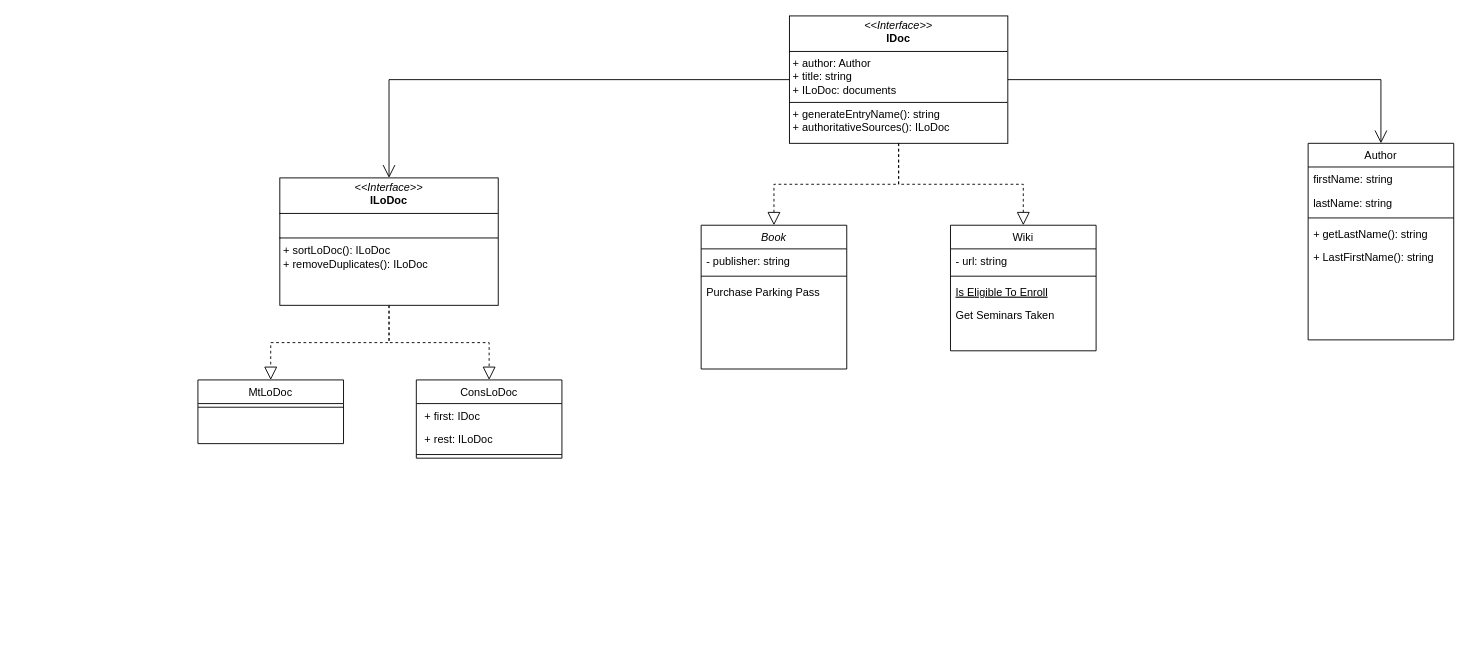
sauerBT/PersonalRepo keeps this draw.io diagram as CS2510_Problem_8.drawio. Above is the earlier version. Source tidied: cells renumbered, new cells numbered last; positions are measured from the earlier drawing's top-left corner, leaving out a move shared by most shapes. Both pictures are drawn from the tidied source at 91%, with x=0, y=0 at pixel (197, 15).
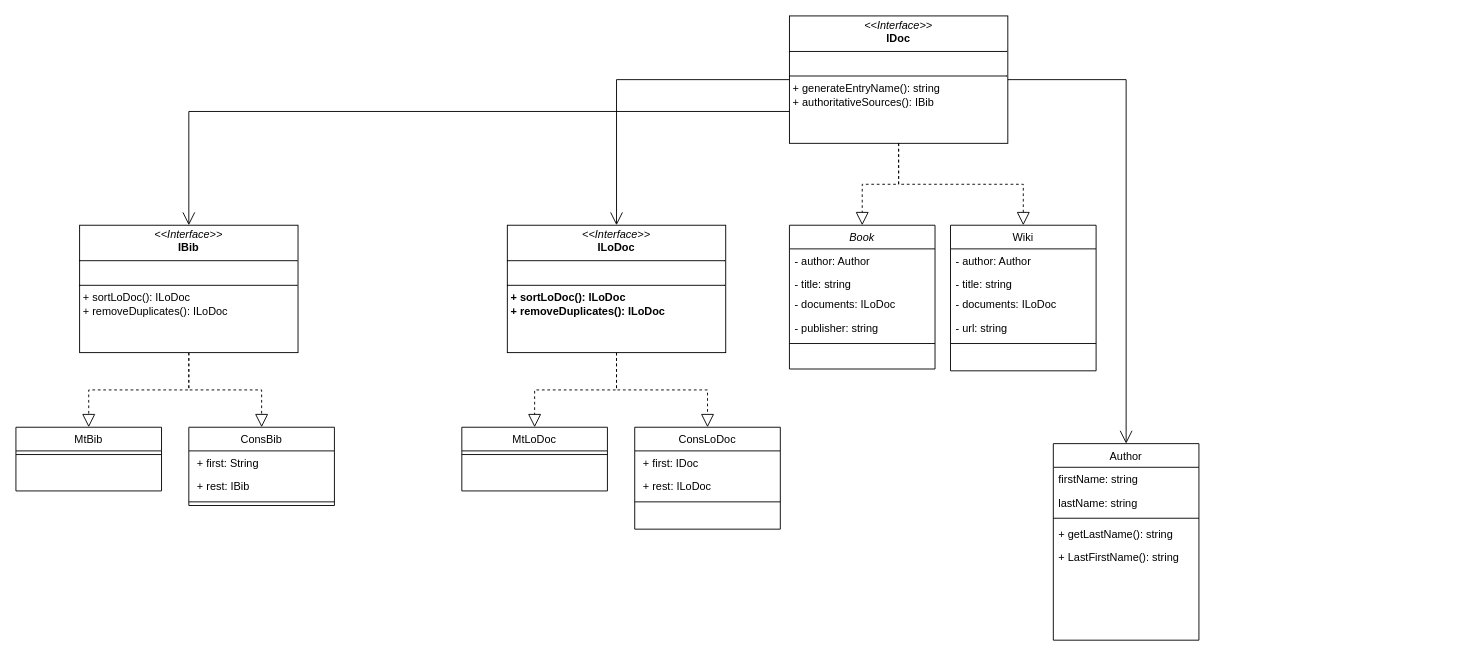
Above is the later version.

What changed in the source:
```diff
@@
     <mxCell id="2" value="Book" style="swimlane;fontStyle=2;align=center;verticalAlign=top;horizontal=1;startSize=26;rounded=0;shadow=0;strokeWidth=1;" parent="1" vertex="1">
-      <mxGeometry x="553" y="230" width="160" height="158" as="geometry" />
+      <mxGeometry x="650" y="230" width="160" height="158" as="geometry" />
     </mxCell>
-    <mxCell id="3" value="- publisher: string" style="text;align=left;verticalAlign=top;spacingLeft=4;spacingRight=4;overflow=hidden;" parent="2" vertex="1">
+    <mxCell id="3" value="- author: Author" style="text;align=left;verticalAlign=top;spacingLeft=4;spacingRight=4;overflow=hidden;" parent="2" vertex="1">
       <mxGeometry y="26" width="160" height="26" as="geometry" />
     </mxCell>
+    <mxCell id="31" value="- title: string" style="text;align=left;verticalAlign=top;spacingLeft=4;spacingRight=4;overflow=hidden;" parent="2" vertex="1">
+      <mxGeometry y="52" width="160" height="22" as="geometry" />
+    </mxCell>
+    <mxCell id="32" value="- documents: ILoDoc" style="text;align=left;verticalAlign=top;spacingLeft=4;spacingRight=4;overflow=hidden;" parent="2" vertex="1">
+      <mxGeometry y="74" width="160" height="26" as="geometry" />
+    </mxCell>
+    <mxCell id="33" value="- publisher: string" style="text;align=left;verticalAlign=top;spacingLeft=4;spacingRight=4;overflow=hidden;" parent="2" vertex="1">
+      <mxGeometry y="100" width="160" height="26" as="geometry" />
+    </mxCell>
     <mxCell id="4" style="line;html=1;strokeWidth=1;align=left;verticalAlign=middle;spacingTop=-1;spacingLeft=3;spacingRight=3;labelPosition=right;" parent="2" vertex="1">
-      <mxGeometry y="52" width="160" height="8" as="geometry" />
+      <mxGeometry y="126" width="160" height="8" as="geometry" />
     </mxCell>
-    <mxCell id="5" value="Purchase Parking Pass" style="text;align=left;verticalAlign=top;spacingLeft=4;spacingRight=4;overflow=hidden;" parent="2" vertex="1">
-      <mxGeometry y="60" width="160" height="26" as="geometry" />
-    </mxCell>
     <mxCell id="6" value="Wiki" style="swimlane;fontStyle=0;align=center;verticalAlign=top;horizontal=1;startSize=26;rounded=0;shadow=0;strokeWidth=1;" parent="1" vertex="1">
-      <mxGeometry x="827" y="230" width="160" height="138" as="geometry" />
+      <mxGeometry x="827" y="230" width="160" height="160" as="geometry" />
     </mxCell>
+    <mxCell id="34" value="- author: Author" style="text;align=left;verticalAlign=top;spacingLeft=4;spacingRight=4;overflow=hidden;" parent="6" vertex="1">
+      <mxGeometry y="26" width="160" height="26" as="geometry" />
+    </mxCell>
+    <mxCell id="35" value="- title: string" style="text;align=left;verticalAlign=top;spacingLeft=4;spacingRight=4;overflow=hidden;" parent="6" vertex="1">
+      <mxGeometry y="52" width="160" height="22" as="geometry" />
+    </mxCell>
+    <mxCell id="36" value="- documents: ILoDoc" style="text;align=left;verticalAlign=top;spacingLeft=4;spacingRight=4;overflow=hidden;" parent="6" vertex="1">
+      <mxGeometry y="74" width="160" height="26" as="geometry" />
+    </mxCell>
     <mxCell id="7" value="- url: string" style="text;align=left;verticalAlign=top;spacingLeft=4;spacingRight=4;overflow=hidden;" parent="6" vertex="1">
-      <mxGeometry y="26" width="160" height="26" as="geometry" />
+      <mxGeometry y="100" width="160" height="26" as="geometry" />
     </mxCell>
     <mxCell id="8" style="line;html=1;strokeWidth=1;align=left;verticalAlign=middle;spacingTop=-1;spacingLeft=3;spacingRight=3;labelPosition=right;" parent="6" vertex="1">
-      <mxGeometry y="52" width="160" height="8" as="geometry" />
+      <mxGeometry y="126" width="160" height="8" as="geometry" />
     </mxCell>
-    <mxCell id="9" value="Is Eligible To Enroll" style="text;align=left;verticalAlign=top;spacingLeft=4;spacingRight=4;overflow=hidden;fontStyle=4;" parent="6" vertex="1">
-      <mxGeometry y="60" width="160" height="26" as="geometry" />
-    </mxCell>
-    <mxCell id="10" value="Get Seminars Taken" style="text;align=left;verticalAlign=top;spacingLeft=4;spacingRight=4;overflow=hidden;" parent="6" vertex="1">
-      <mxGeometry y="86" width="160" height="26" as="geometry" />
-    </mxCell>
     <mxCell id="11" value="ConsLoDoc" style="swimlane;fontStyle=0;align=center;verticalAlign=top;horizontal=1;startSize=26;rounded=0;shadow=0;strokeWidth=1;" parent="1" vertex="1">
-      <mxGeometry x="240" y="400" width="160" height="86" as="geometry" />
+      <mxGeometry x="480" y="452" width="160" height="112" as="geometry" />
     </mxCell>
@@
     <mxCell id="15" value="Author" style="swimlane;fontStyle=0;align=center;verticalAlign=top;horizontal=1;startSize=26;rounded=0;shadow=0;strokeWidth=1;" parent="1" vertex="1">
-      <mxGeometry x="1220" y="140" width="160" height="216" as="geometry" />
+      <mxGeometry x="940" y="470" width="160" height="216" as="geometry" />
     </mxCell>
@@
-    <mxCell id="21" value="&lt;p style=&quot;margin:0px;margin-top:4px;text-align:center;&quot;&gt;&lt;i&gt;&amp;lt;&amp;lt;Interface&amp;gt;&amp;gt;&lt;/i&gt;&lt;br&gt;&lt;b&gt;IDoc&lt;/b&gt;&lt;br&gt;&lt;/p&gt;&lt;hr size=&quot;1&quot; style=&quot;border-style:solid;&quot;&gt;&lt;p style=&quot;margin:0px;margin-left:4px;&quot;&gt;+ author: Author&lt;br&gt;+ title: string&lt;/p&gt;&lt;p style=&quot;margin:0px;margin-left:4px;&quot;&gt;+ ILoDoc: documents&lt;br&gt;&lt;/p&gt;&lt;hr size=&quot;1&quot; style=&quot;border-style:solid;&quot;&gt;&lt;p style=&quot;margin:0px;margin-left:4px;&quot;&gt;+ generateEntryName(): string&lt;br&gt;+ authoritativeSources(): ILoDoc&lt;/p&gt;" style="verticalAlign=top;align=left;overflow=fill;html=1;whiteSpace=wrap;" parent="1" vertex="1">
+    <mxCell id="21" value="&lt;p style=&quot;margin:0px;margin-top:4px;text-align:center;&quot;&gt;&lt;i&gt;&amp;lt;&amp;lt;Interface&amp;gt;&amp;gt;&lt;/i&gt;&lt;br&gt;&lt;b&gt;IDoc&lt;/b&gt;&lt;br&gt;&lt;/p&gt;&lt;hr size=&quot;1&quot; style=&quot;border-style:solid;&quot;&gt;&lt;p style=&quot;margin:0px;margin-left:4px;&quot;&gt;&lt;br&gt;&lt;/p&gt;&lt;hr size=&quot;1&quot; style=&quot;border-style:solid;&quot;&gt;&lt;p style=&quot;margin:0px;margin-left:4px;&quot;&gt;+ generateEntryName(): string&lt;br&gt;+ authoritativeSources(): IBib&lt;/p&gt;" style="verticalAlign=top;align=left;overflow=fill;html=1;whiteSpace=wrap;" parent="1" vertex="1">
       <mxGeometry x="650" width="240" height="140" as="geometry" />
     </mxCell>
     <mxCell id="22" value="MtLoDoc" style="swimlane;fontStyle=0;align=center;verticalAlign=top;horizontal=1;startSize=26;rounded=0;shadow=0;strokeWidth=1;" parent="1" vertex="1">
-      <mxGeometry y="400" width="160" height="70" as="geometry" />
+      <mxGeometry x="290" y="452" width="160" height="70" as="geometry" />
     </mxCell>
@@
-    <mxCell id="30" value="&lt;p style=&quot;margin:0px;margin-top:4px;text-align:center;&quot;&gt;&lt;i&gt;&amp;lt;&amp;lt;Interface&amp;gt;&amp;gt;&lt;/i&gt;&lt;br&gt;&lt;b&gt;ILoDoc&lt;/b&gt;&lt;br&gt;&lt;/p&gt;&lt;hr size=&quot;1&quot; style=&quot;border-style:solid;&quot;&gt;&lt;br&gt;&lt;hr size=&quot;1&quot; style=&quot;border-style:solid;&quot;&gt;&lt;p style=&quot;margin:0px;margin-left:4px;&quot;&gt;+ sortLoDoc(): ILoDoc&lt;br&gt;+ removeDuplicates(): ILoDoc&lt;/p&gt;" style="verticalAlign=top;align=left;overflow=fill;html=1;whiteSpace=wrap;" parent="1" vertex="1">
-      <mxGeometry x="90" y="178" width="240" height="140" as="geometry" />
+    <mxCell id="30" value="&lt;p style=&quot;margin:0px;margin-top:4px;text-align:center;&quot;&gt;&lt;i&gt;&amp;lt;&amp;lt;Interface&amp;gt;&amp;gt;&lt;/i&gt;&lt;br&gt;&lt;b&gt;ILoDoc&lt;/b&gt;&lt;br&gt;&lt;/p&gt;&lt;hr size=&quot;1&quot; style=&quot;border-style:solid;&quot;&gt;&lt;br&gt;&lt;hr size=&quot;1&quot; style=&quot;border-style:solid;&quot;&gt;&lt;p style=&quot;margin:0px;margin-left:4px;&quot;&gt;&lt;b&gt;+ sortLoDoc(): ILoDoc&lt;br&gt;+ removeDuplicates(): ILoDoc&lt;/b&gt;&lt;/p&gt;" style="verticalAlign=top;align=left;overflow=fill;html=1;whiteSpace=wrap;" parent="1" vertex="1">
+      <mxGeometry x="340" y="230" width="240" height="140" as="geometry" />
     </mxCell>
+    <mxCell id="37" value="ConsBib" style="swimlane;fontStyle=0;align=center;verticalAlign=top;horizontal=1;startSize=26;rounded=0;shadow=0;strokeWidth=1;" parent="1" vertex="1">
+      <mxGeometry x="-10" y="452" width="160" height="86" as="geometry" />
+    </mxCell>
+    <mxCell id="38" value=" + first: String" style="text;align=left;verticalAlign=top;spacingLeft=4;spacingRight=4;overflow=hidden;" parent="37" vertex="1">
+      <mxGeometry y="26" width="160" height="26" as="geometry" />
+    </mxCell>
+    <mxCell id="39" value=" + rest: IBib" style="text;align=left;verticalAlign=top;spacingLeft=4;spacingRight=4;overflow=hidden;" parent="37" vertex="1">
+      <mxGeometry y="52" width="160" height="26" as="geometry" />
+    </mxCell>
+    <mxCell id="40" style="line;html=1;strokeWidth=1;align=left;verticalAlign=middle;spacingTop=-1;spacingLeft=3;spacingRight=3;labelPosition=right;" parent="37" vertex="1">
+      <mxGeometry y="78" width="160" height="8" as="geometry" />
+    </mxCell>
+    <mxCell id="41" value="MtBib" style="swimlane;fontStyle=0;align=center;verticalAlign=top;horizontal=1;startSize=26;rounded=0;shadow=0;strokeWidth=1;" parent="1" vertex="1">
+      <mxGeometry x="-200" y="452" width="160" height="70" as="geometry" />
+    </mxCell>
+    <mxCell id="42" style="line;html=1;strokeWidth=1;align=left;verticalAlign=middle;spacingTop=-1;spacingLeft=3;spacingRight=3;labelPosition=right;" parent="41" vertex="1">
+      <mxGeometry y="26" width="160" height="8" as="geometry" />
+    </mxCell>
+    <mxCell id="43" style="endArrow=block;dashed=1;endFill=0;endSize=12;html=1;rounded=0;exitX=0.5;exitY=1;exitDx=0;exitDy=0;entryX=0.5;entryY=0;entryDx=0;entryDy=0;edgeStyle=orthogonalEdgeStyle;" parent="1" edge="1" source="45" target="41">
+      <mxGeometry relative="1" as="geometry" />
+    </mxCell>
+    <mxCell id="44" style="endArrow=block;dashed=1;endFill=0;endSize=12;html=1;rounded=0;exitX=0.5;exitY=1;exitDx=0;exitDy=0;entryX=0.5;entryY=0;entryDx=0;entryDy=0;edgeStyle=orthogonalEdgeStyle;" parent="1" edge="1" source="45" target="37">
+      <mxGeometry relative="1" as="geometry" />
+    </mxCell>
+    <mxCell id="45" value="&lt;p style=&quot;margin:0px;margin-top:4px;text-align:center;&quot;&gt;&lt;i&gt;&amp;lt;&amp;lt;Interface&amp;gt;&amp;gt;&lt;/i&gt;&lt;br&gt;&lt;b&gt;IBib&lt;/b&gt;&lt;br&gt;&lt;/p&gt;&lt;hr size=&quot;1&quot; style=&quot;border-style:solid;&quot;&gt;&lt;br&gt;&lt;hr size=&quot;1&quot; style=&quot;border-style:solid;&quot;&gt;&lt;p style=&quot;margin:0px;margin-left:4px;&quot;&gt;+ sortLoDoc(): ILoDoc&lt;br&gt;+ removeDuplicates(): ILoDoc&lt;/p&gt;" style="verticalAlign=top;align=left;overflow=fill;html=1;whiteSpace=wrap;" parent="1" vertex="1">
+      <mxGeometry x="-130" y="230" width="240" height="140" as="geometry" />
+    </mxCell>
+    <mxCell id="46" style="endArrow=open;endFill=1;endSize=12;html=1;rounded=0;entryX=0.5;entryY=0;entryDx=0;entryDy=0;exitX=0;exitY=0.75;exitDx=0;exitDy=0;edgeStyle=orthogonalEdgeStyle;" parent="1" edge="1" source="21" target="45">
+      <mxGeometry relative="1" as="geometry" />
+    </mxCell>
```
